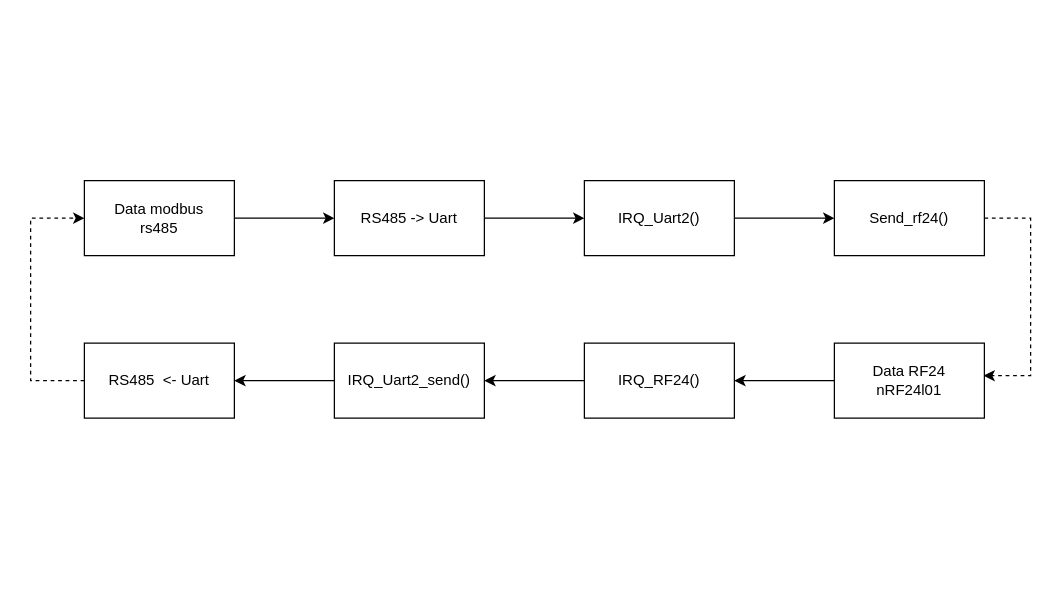
Earlier version of the draw.io diagram page "Trang-3" (3 of 3) of Untitled Diagram.drawio (QuocBuu/drawio). Source tidied: cells renumbered, new cells numbered last; positions are measured from the earlier drawing's top-left corner, leaving out a move shared by most shapes. Both pictures are drawn from the tidied source at 125%, with x=0, y=0 at pixel (30, 180).
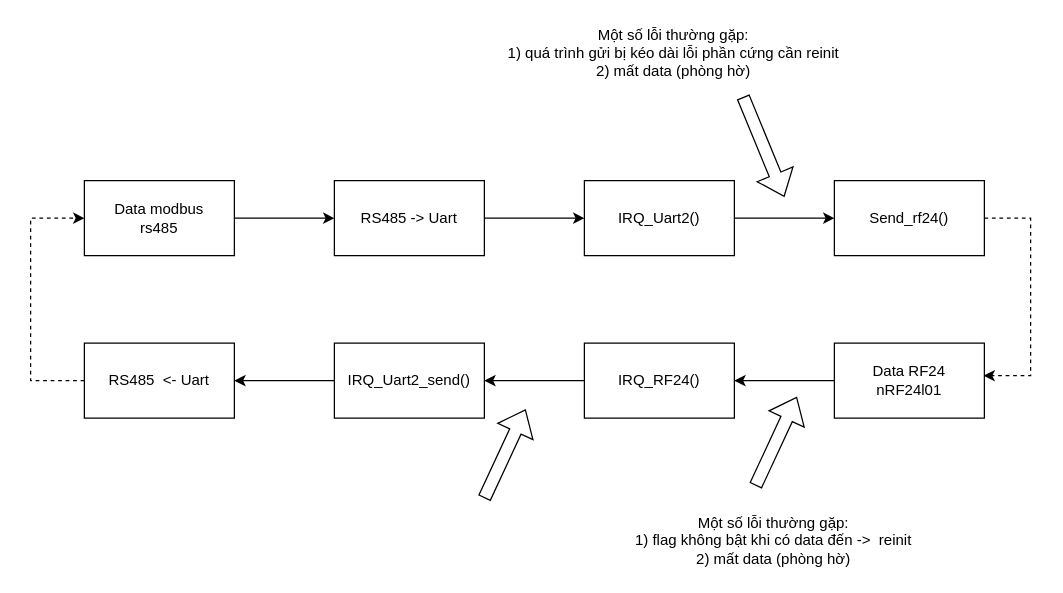
The same page after the edit.

Change to the diagram source:
```diff
@@
+    <mxCell id="18" style="shape=flexArrow;endArrow=classic;html=1;rounded=0;" parent="1" edge="1">
+      <mxGeometry relative="1" as="geometry">
+        <mxPoint x="363" y="254.1" as="sourcePoint" />
+        <mxPoint x="396" y="183" as="targetPoint" />
+      </mxGeometry>
+    </mxCell>
+    <mxCell id="19" style="shape=flexArrow;endArrow=classic;html=1;rounded=0;" parent="1" edge="1">
+      <mxGeometry relative="1" as="geometry">
+        <mxPoint x="570" y="-67" as="sourcePoint" />
+        <mxPoint x="603" y="13" as="targetPoint" />
+      </mxGeometry>
+    </mxCell>
+    <mxCell id="20" style="shape=flexArrow;endArrow=classic;html=1;rounded=0;" parent="1" edge="1">
+      <mxGeometry relative="1" as="geometry">
+        <mxPoint x="580" y="244.1" as="sourcePoint" />
+        <mxPoint x="613" y="173" as="targetPoint" />
+      </mxGeometry>
+    </mxCell>
+    <mxCell id="21" value="&lt;div&gt;Một số lỗi thường gặp:&lt;/div&gt;&lt;div&gt;1) quá trình gửi bị kéo dài lỗi phần cứng cần reinit&lt;/div&gt;&lt;div&gt;2) mất data (phòng hờ)&lt;br&gt;&lt;/div&gt;" style="text;html=1;strokeColor=none;fillColor=none;align=center;verticalAlign=middle;whiteSpace=wrap;rounded=0;" parent="1" vertex="1">
+      <mxGeometry x="363" y="-127" width="303" height="50" as="geometry" />
+    </mxCell>
+    <mxCell id="22" value="&lt;div&gt;Một số lỗi thường gặp:&lt;/div&gt;&lt;div&gt;1) flag không bật khi có data đến -&amp;gt;&amp;nbsp; reinit&lt;/div&gt;&lt;div&gt;2) mất data (phòng hờ)&lt;br&gt;&lt;/div&gt;" style="text;html=1;strokeColor=none;fillColor=none;align=center;verticalAlign=middle;whiteSpace=wrap;rounded=0;" parent="1" vertex="1">
+      <mxGeometry x="443" y="263" width="303" height="50" as="geometry" />
+    </mxCell>
```
